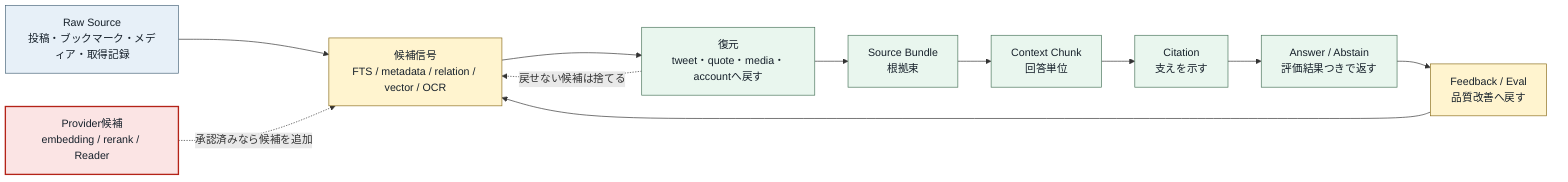
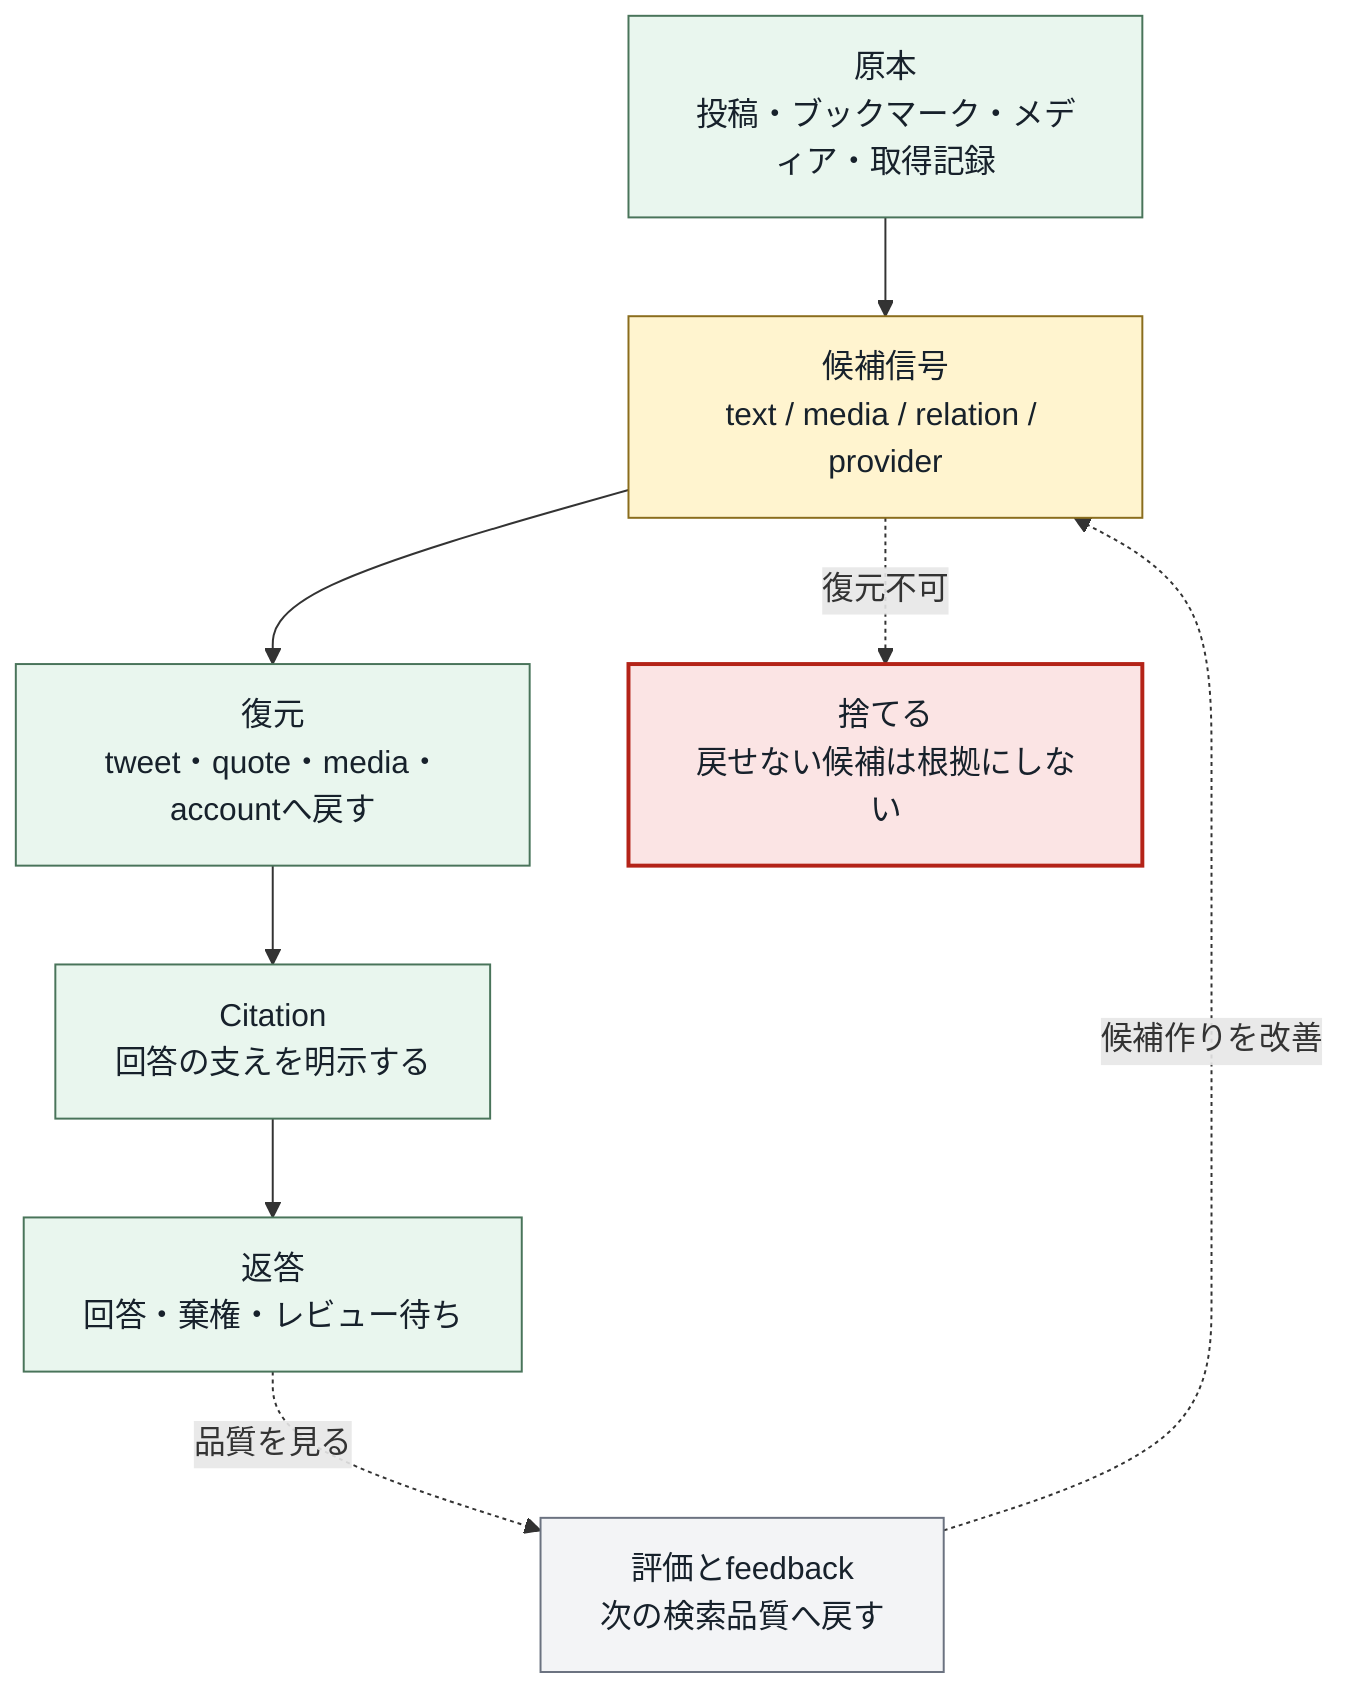
- flowchart LR
-   %% 完成形の証拠パイプライン図: text/media/provider候補が同じ証拠条件を通る形を見る
+ flowchart TB
+   %% 完成形の証拠パイプライン図: どの検索経路でも同じ根拠条件を通す

-   classDef source fill:#e7f0f8,stroke:#49657a,color:#17212b
+   classDef step fill:#e9f6ee,stroke:#49745a,color:#17212b
  classDef candidate fill:#fff4cf,stroke:#8a6d1d,color:#17212b
-   classDef ready fill:#e9f6ee,stroke:#49745a,color:#17212b
  classDef gate fill:#fbe4e4,stroke:#b42318,color:#17212b,stroke-width:2px
+   classDef loop fill:#f3f4f6,stroke:#6b7280,color:#17212b

-   raw["Raw Source<br/>投稿・ブックマーク・メディア・取得記録"]:::source
-   projections["候補信号<br/>FTS / metadata / relation / vector / OCR"]:::candidate
-   provider["Provider候補<br/>embedding / rerank / Reader"]:::gate
-   restore["復元<br/>tweet・quote・media・accountへ戻す"]:::ready
-   bundle["Source Bundle<br/>根拠束"]:::ready
-   chunk["Context Chunk<br/>回答単位"]:::ready
-   citation["Citation<br/>支えを示す"]:::ready
-   answer["Answer / Abstain<br/>評価結果つきで返す"]:::ready
-   feedback["Feedback / Eval<br/>品質改善へ戻す"]:::candidate
+   raw["原本<br/>投稿・ブックマーク・メディア・取得記録"]:::step
+   signals["候補信号<br/>text / media / relation / provider"]:::candidate
+   restore["復元<br/>tweet・quote・media・accountへ戻す"]:::step
+   citation["Citation<br/>回答の支えを明示する"]:::step
+   answer["返答<br/>回答・棄権・レビュー待ち"]:::step
+   reject["捨てる<br/>戻せない候補は根拠にしない"]:::gate
+   improve["評価とfeedback<br/>次の検索品質へ戻す"]:::loop

-   raw --> projections --> restore --> bundle --> chunk --> citation --> answer
-   provider -. "承認済みなら候補を追加" .-> projections
-   answer --> feedback --> projections
-   restore -. "戻せない候補は捨てる" .-> projections
+   raw --> signals --> restore --> citation --> answer
+   signals -. "復元不可" .-> reject
+   answer -. "品質を見る" .-> improve
+   improve -. "候補作りを改善" .-> signals
